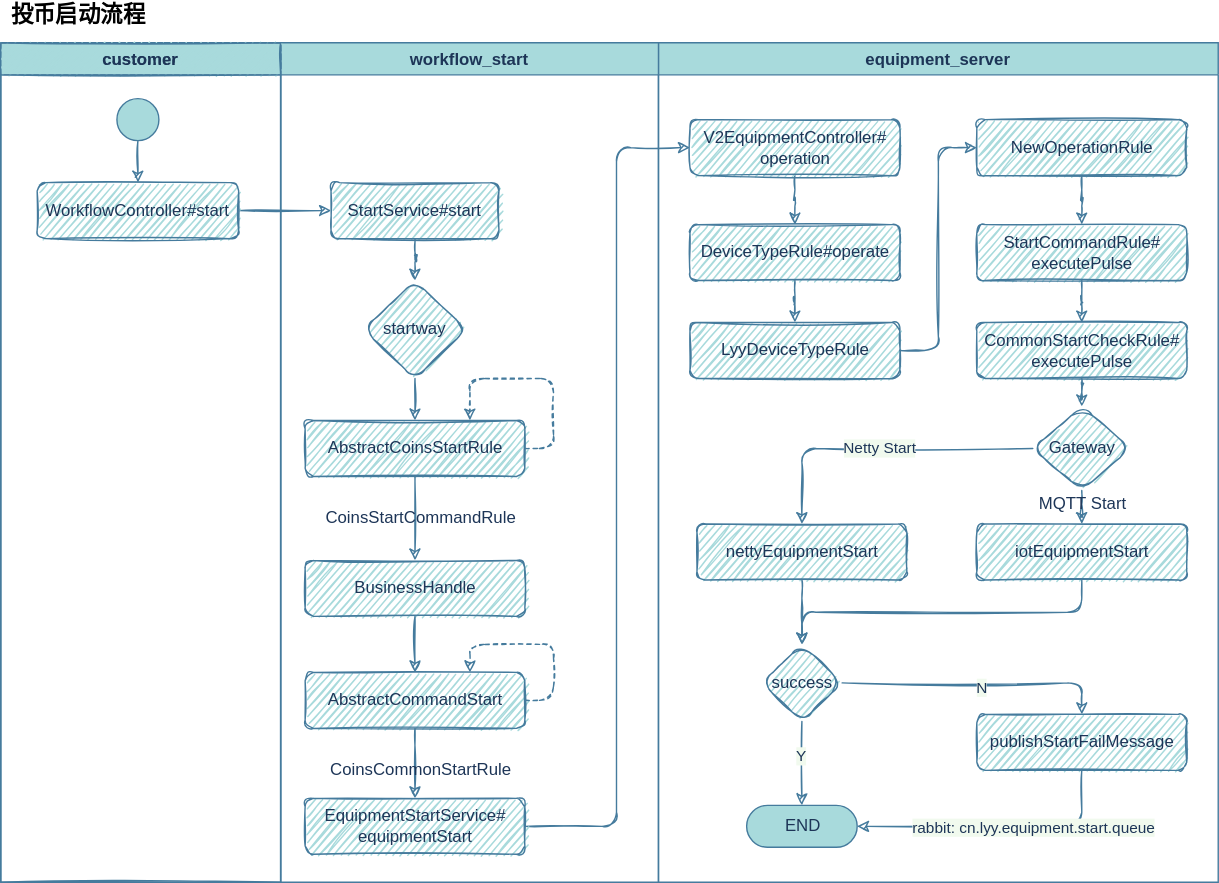
Earlier version of the draw.io export start flow.drawio.svg (jingwux/diagrams). Source tidied: cells renumbered, new cells last; positions are measured from the earlier drawing's top-left corner, leaving out a move shared by most shapes.
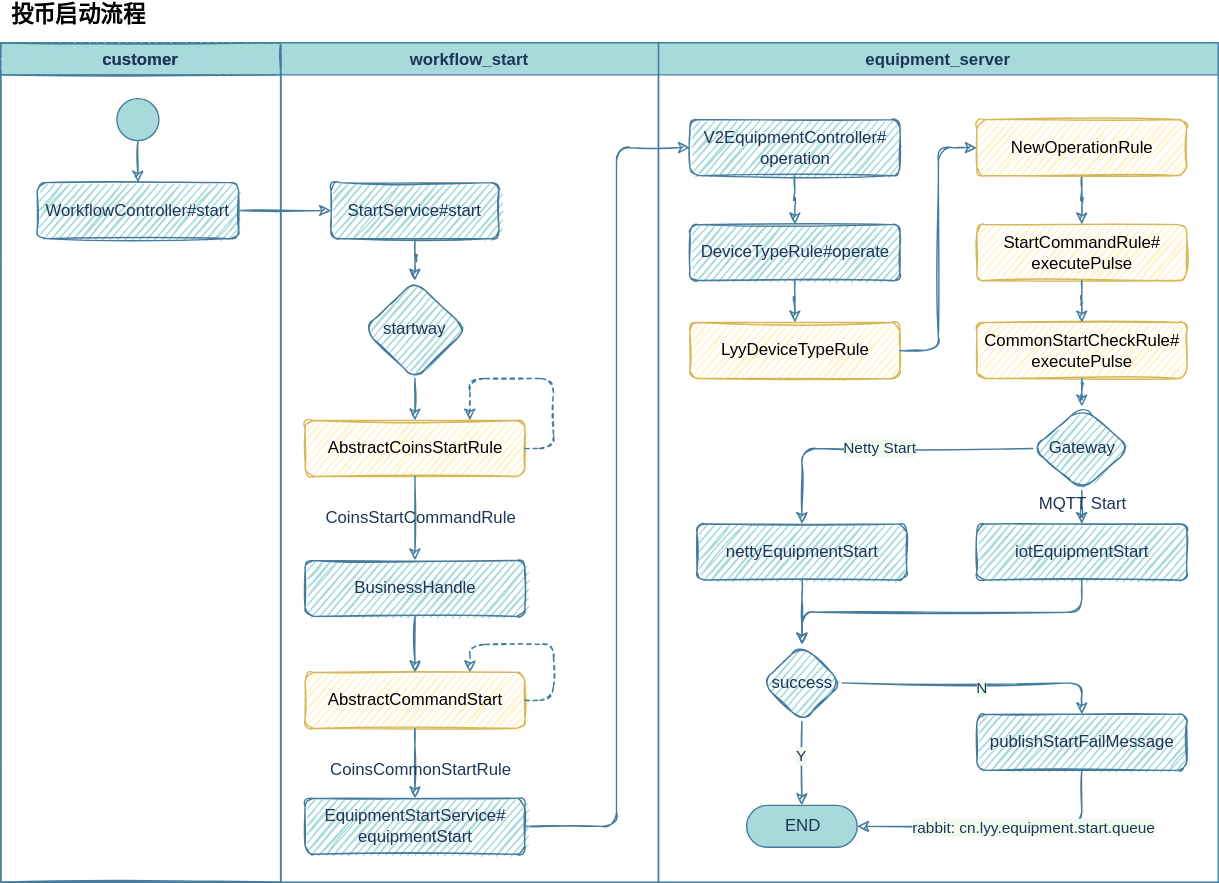
Above is the later version.

What changed in the source:
```diff
@@ -51,16 +51,16 @@
     <mxCell id="16" value="DeviceTypeRule#operate" style="whiteSpace=wrap;html=1;fontSize=12;glass=0;strokeWidth=1;shadow=0;fillColor=#A8DADC;strokeColor=#457B9D;fontColor=#1D3557;sketch=1;rounded=1;" parent="2" vertex="1">
       <mxGeometry x="22.5" y="130" width="150" height="40" as="geometry" />
     </mxCell>
-    <mxCell id="17" value="StartCommandRule#&lt;br&gt;executePulse" style="whiteSpace=wrap;html=1;fontSize=12;glass=0;strokeWidth=1;shadow=0;fillColor=#A8DADC;strokeColor=#457B9D;fontColor=#1D3557;sketch=1;rounded=1;" parent="2" vertex="1">
+    <mxCell id="17" value="StartCommandRule#&lt;br&gt;executePulse" style="whiteSpace=wrap;html=1;fontSize=12;glass=0;strokeWidth=1;shadow=0;fillColor=#fff2cc;strokeColor=#d6b656;sketch=1;rounded=1;" parent="2" vertex="1">
       <mxGeometry x="227.5" y="130" width="150" height="40" as="geometry" />
     </mxCell>
-    <mxCell id="18" value="LyyDeviceTypeRule" style="whiteSpace=wrap;html=1;fontSize=12;glass=0;strokeWidth=1;shadow=0;fillColor=#A8DADC;strokeColor=#457B9D;fontColor=#1D3557;sketch=1;rounded=1;" parent="2" vertex="1">
+    <mxCell id="18" value="LyyDeviceTypeRule" style="whiteSpace=wrap;html=1;fontSize=12;glass=0;strokeWidth=1;shadow=0;fillColor=#fff2cc;strokeColor=#d6b656;sketch=1;rounded=1;" parent="2" vertex="1">
       <mxGeometry x="22.5" y="200" width="150" height="40" as="geometry" />
     </mxCell>
     <mxCell id="19" style="edgeStyle=orthogonalEdgeStyle;jettySize=auto;html=1;exitX=0.5;exitY=1;exitDx=0;exitDy=0;strokeColor=#457B9D;fontColor=#1D3557;sketch=1;labelBackgroundColor=#F1FAEE;" parent="2" edge="1" source="16" target="18">
       <mxGeometry relative="1" as="geometry" />
     </mxCell>
-    <mxCell id="20" value="CommonStartCheckRule#&lt;br&gt;executePulse" style="whiteSpace=wrap;html=1;fontSize=12;glass=0;strokeWidth=1;shadow=0;fillColor=#A8DADC;strokeColor=#457B9D;fontColor=#1D3557;sketch=1;rounded=1;" parent="2" vertex="1">
+    <mxCell id="20" value="CommonStartCheckRule#&lt;br&gt;executePulse" style="whiteSpace=wrap;html=1;fontSize=12;glass=0;strokeWidth=1;shadow=0;fillColor=#fff2cc;strokeColor=#d6b656;sketch=1;rounded=1;" parent="2" vertex="1">
       <mxGeometry x="227.5" y="200" width="150" height="40" as="geometry" />
     </mxCell>
     <mxCell id="21" style="edgeStyle=orthogonalEdgeStyle;jettySize=auto;html=1;strokeColor=#457B9D;fontColor=#1D3557;sketch=1;labelBackgroundColor=#F1FAEE;" parent="2" edge="1" source="17" target="20">
@@ -89,7 +89,7 @@
     <mxCell id="27" value="workflow_start" style="swimlane;fillColor=#A8DADC;strokeColor=#457B9D;fontColor=#1D3557;sketch=0;rounded=0;labelBackgroundColor=none;" parent="1" vertex="1">
       <mxGeometry x="200" y="30" width="270" height="600" as="geometry" />
     </mxCell>
-    <mxCell id="28" value="AbstractCoinsStartRule" style="whiteSpace=wrap;html=1;fontSize=12;glass=0;strokeWidth=1;shadow=0;fillColor=#A8DADC;strokeColor=#457B9D;fontColor=#1D3557;sketch=1;rounded=1;" parent="27" vertex="1">
+    <mxCell id="28" value="AbstractCoinsStartRule" style="whiteSpace=wrap;html=1;fontSize=12;glass=0;strokeWidth=1;shadow=0;fillColor=#fff2cc;strokeColor=#d6b656;sketch=1;rounded=1;" parent="27" vertex="1">
       <mxGeometry x="17.5" y="270" width="157" height="40" as="geometry" />
     </mxCell>
     <mxCell id="29" style="edgeStyle=orthogonalEdgeStyle;orthogonalLoop=1;jettySize=auto;html=1;exitX=1;exitY=0.5;exitDx=0;exitDy=0;entryX=0.75;entryY=0;entryDx=0;entryDy=0;dashed=1;strokeColor=#457B9D;fontColor=#1D3557;sketch=1;labelBackgroundColor=#F1FAEE;" parent="27" edge="1" source="28" target="28">
@@ -119,7 +119,7 @@
     <mxCell id="35" value="customer" style="swimlane;fillColor=#A8DADC;strokeColor=#457B9D;fontColor=#1D3557;sketch=0;rounded=0;" parent="27" vertex="1">
       <mxGeometry x="-200" width="200" height="600" as="geometry" />
     </mxCell>
-    <mxCell id="36" value="AbstractCommandStart" style="whiteSpace=wrap;html=1;fontSize=12;glass=0;strokeWidth=1;shadow=0;fillColor=#A8DADC;strokeColor=#457B9D;fontColor=#1D3557;sketch=1;rounded=1;" parent="27" vertex="1">
+    <mxCell id="36" value="AbstractCommandStart" style="whiteSpace=wrap;html=1;fontSize=12;glass=0;strokeWidth=1;shadow=0;fillColor=#fff2cc;strokeColor=#d6b656;sketch=1;rounded=1;" parent="27" vertex="1">
       <mxGeometry x="17.5" y="450" width="157" height="40" as="geometry" />
     </mxCell>
     <mxCell id="37" style="edgeStyle=orthogonalEdgeStyle;jettySize=auto;html=1;exitX=0.5;exitY=1;exitDx=0;exitDy=0;entryX=0.5;entryY=0;entryDx=0;entryDy=0;strokeColor=#457B9D;fontColor=#1D3557;sketch=1;labelBackgroundColor=#F1FAEE;" parent="27" edge="1" source="30" target="36">
@@ -160,7 +160,7 @@
     <mxCell id="45" style="edgeStyle=orthogonalEdgeStyle;jettySize=auto;html=1;strokeColor=#457B9D;fontColor=#1D3557;sketch=1;labelBackgroundColor=#F1FAEE;" parent="1" edge="1" source="46" target="17">
       <mxGeometry relative="1" as="geometry" />
     </mxCell>
-    <mxCell id="46" value="NewOperationRule" style="whiteSpace=wrap;html=1;fontSize=12;glass=0;strokeWidth=1;shadow=0;fillColor=#A8DADC;strokeColor=#457B9D;fontColor=#1D3557;sketch=1;rounded=1;" parent="1" vertex="1">
+    <mxCell id="46" value="NewOperationRule" style="whiteSpace=wrap;html=1;fontSize=12;glass=0;strokeWidth=1;shadow=0;fillColor=#fff2cc;strokeColor=#d6b656;sketch=1;rounded=1;" parent="1" vertex="1">
       <mxGeometry x="697.5" y="85" width="150" height="40" as="geometry" />
     </mxCell>
     <mxCell id="47" style="edgeStyle=orthogonalEdgeStyle;jettySize=auto;html=1;strokeColor=#457B9D;fontColor=#1D3557;sketch=1;labelBackgroundColor=#F1FAEE;" parent="1" edge="1" source="48" target="33">
```
